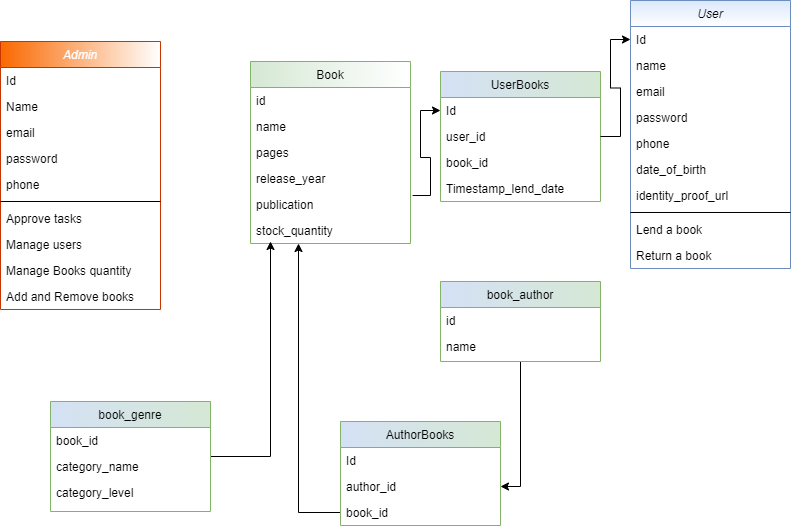
Earlier version of the draw.io export wireframes/database_design_class_diagram.png (parthfloyd/library_management_project). Source tidied: cells renumbered, new cells last; positions are measured from the earlier drawing's top-left corner, leaving out a move shared by most shapes.
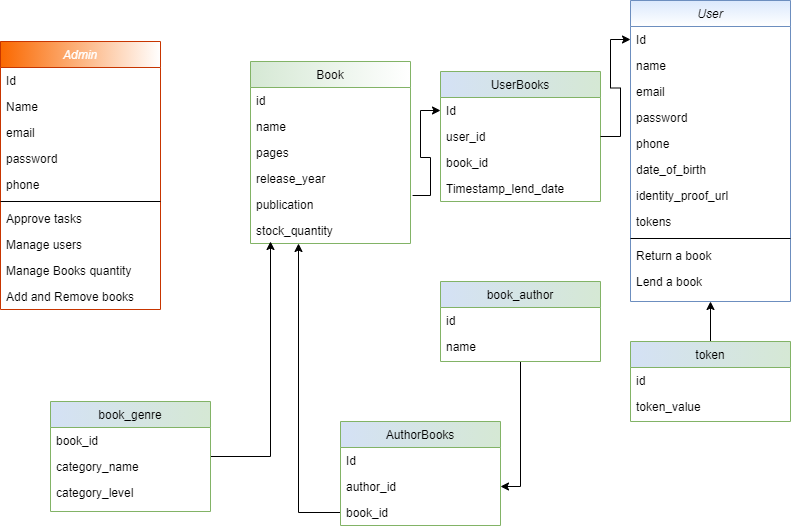
Above is the later version.

Change to the diagram source:
```diff
@@ -82,7 +82,7 @@
       <mxGeometry y="104" width="160" height="26" as="geometry" />
     </mxCell>
     <mxCell id="27" value="User" style="swimlane;fontStyle=2;align=center;verticalAlign=top;horizontal=1;startSize=26;rounded=0;shadow=0;strokeWidth=1;fillColor=#dae8fc;strokeColor=#6c8ebf;gradientColor=#ffffff;swimlaneFillColor=none;" parent="1" vertex="1">
-      <mxGeometry x="630" width="160" height="268" as="geometry" />
+      <mxGeometry x="630" width="160" height="301" as="geometry" />
     </mxCell>
     <mxCell id="28" value="Id" style="text;align=left;verticalAlign=top;spacingLeft=4;spacingRight=4;overflow=hidden;points=[[0,0.5],[1,0.5]];portConstraint=eastwest;" parent="27" vertex="1">
       <mxGeometry y="26" width="160" height="26" as="geometry" />
@@ -102,18 +102,21 @@
     <mxCell id="33" value="date_of_birth" style="text;align=left;verticalAlign=top;spacingLeft=4;spacingRight=4;overflow=hidden;" parent="27" vertex="1">
       <mxGeometry y="156" width="160" height="26" as="geometry" />
     </mxCell>
+    <mxCell id="52" value="identity_proof_url" style="text;align=left;verticalAlign=top;spacingLeft=4;spacingRight=4;overflow=hidden;" parent="27" vertex="1">
+      <mxGeometry y="182" width="160" height="26" as="geometry" />
+    </mxCell>
-    <mxCell id="34" value="identity_proof_url" style="text;align=left;verticalAlign=top;spacingLeft=4;spacingRight=4;overflow=hidden;" parent="27" vertex="1">
-      <mxGeometry y="182" width="160" height="26" as="geometry" />
+    <mxCell id="34" value="tokens" style="text;align=left;verticalAlign=top;spacingLeft=4;spacingRight=4;overflow=hidden;" parent="27" vertex="1">
+      <mxGeometry y="208" width="160" height="26" as="geometry" />
     </mxCell>
     <mxCell id="35" style="line;html=1;strokeWidth=1;align=left;verticalAlign=middle;spacingTop=-1;spacingLeft=3;spacingRight=3;labelPosition=right;" parent="27" vertex="1">
-      <mxGeometry y="208" width="160" height="8" as="geometry" />
+      <mxGeometry y="234" width="160" height="8" as="geometry" />
     </mxCell>
+    <mxCell id="37" value="Return a book" style="text;align=left;verticalAlign=top;spacingLeft=4;spacingRight=4;overflow=hidden;" parent="27" vertex="1">
+      <mxGeometry y="242" width="160" height="26" as="geometry" />
+    </mxCell>
     <mxCell id="36" value="Lend a book" style="text;align=left;verticalAlign=top;spacingLeft=4;spacingRight=4;overflow=hidden;" parent="27" vertex="1">
-      <mxGeometry y="216" width="160" height="26" as="geometry" />
+      <mxGeometry y="268" width="160" height="26" as="geometry" />
     </mxCell>
-    <mxCell id="37" value="Return a book" style="text;align=left;verticalAlign=top;spacingLeft=4;spacingRight=4;overflow=hidden;" parent="27" vertex="1">
-      <mxGeometry y="242" width="160" height="26" as="geometry" />
-    </mxCell>
     <mxCell id="38" style="edgeStyle=orthogonalEdgeStyle;rounded=0;jettySize=auto;html=1;entryX=0;entryY=0.5;entryDx=0;entryDy=0;exitX=1.013;exitY=0.154;exitDx=0;exitDy=0;exitPerimeter=0;" parent="1" edge="1" source="20" target="23">
       <mxGeometry relative="1" as="geometry" />
     </mxCell>
@@ -161,5 +164,19 @@
     <mxCell id="51" value="category_level" style="text;align=left;verticalAlign=top;spacingLeft=4;spacingRight=4;overflow=hidden;rounded=0;shadow=0;html=0;gradientDirection=south;" parent="48" vertex="1">
       <mxGeometry y="78" width="160" height="26" as="geometry" />
     </mxCell>
+    <mxCell id="53" style="edgeStyle=orthogonalEdgeStyle;rounded=0;jettySize=auto;html=1;" parent="1" edge="1" source="54">
+      <mxGeometry relative="1" as="geometry">
+        <mxPoint x="710" y="301" as="targetPoint" />
+      </mxGeometry>
+    </mxCell>
+    <mxCell id="54" value="token" style="swimlane;fontStyle=0;align=center;verticalAlign=top;horizontal=1;startSize=26;rounded=0;shadow=0;strokeWidth=1;fillColor=#d5e8d4;strokeColor=#82b366;gradientDirection=west;swimlaneFillColor=none;gradientColor=#D4E1F5;" parent="1" vertex="1">
+      <mxGeometry x="630" y="341" width="160" height="80" as="geometry" />
+    </mxCell>
+    <mxCell id="55" value="id" style="text;align=left;verticalAlign=top;spacingLeft=4;spacingRight=4;overflow=hidden;" parent="54" vertex="1">
+      <mxGeometry y="26" width="160" height="26" as="geometry" />
+    </mxCell>
+    <mxCell id="56" value="token_value" style="text;align=left;verticalAlign=top;spacingLeft=4;spacingRight=4;overflow=hidden;gradientDirection=south;" parent="54" vertex="1">
+      <mxGeometry y="52" width="160" height="26" as="geometry" />
+    </mxCell>
   </root>
 </mxGraphModel>
```
